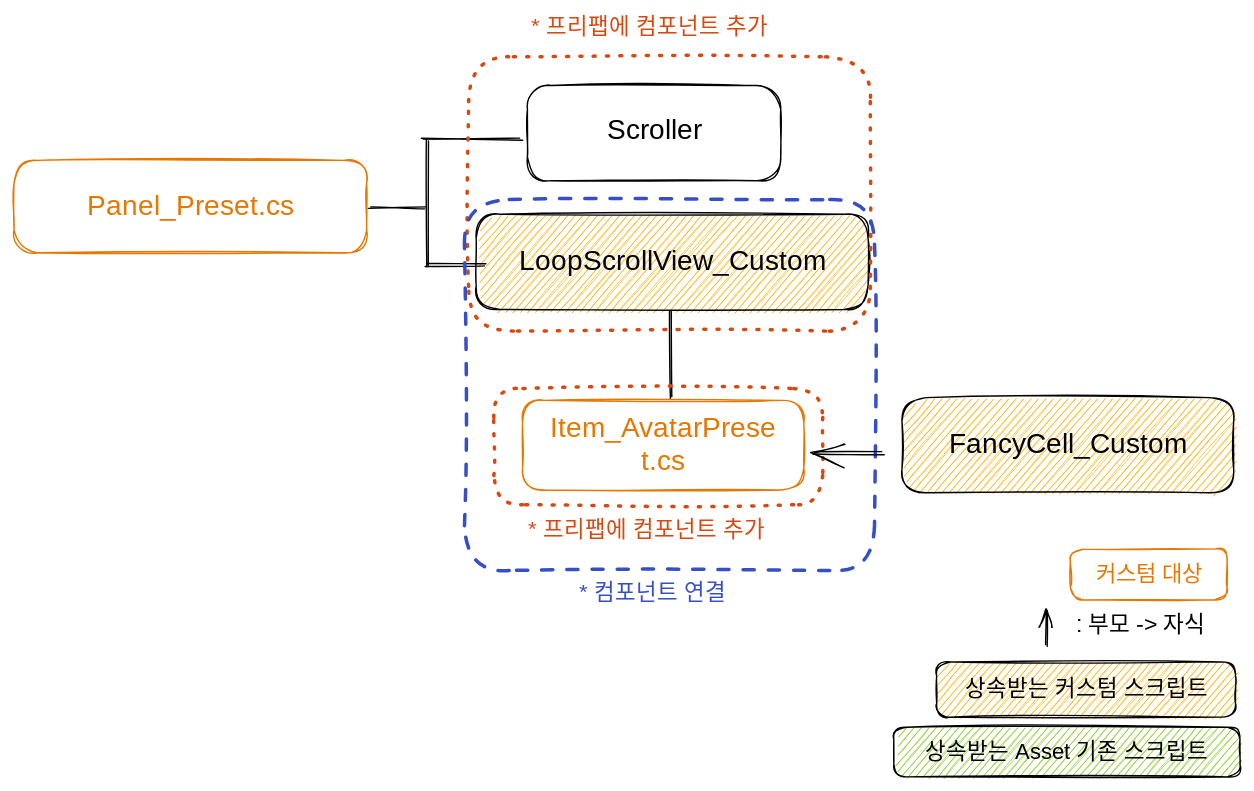
Before: .gitbook/assets/file.excalidraw (7).svg, a diagram exported from Excalidraw (HancomFrontisClientTeam/gitbook). Source tidied: one line per element, renumbered; positions are measured from the earlier drawing's top-left corner, leaving out a move shared by most shapes. The source it was exported from:
```json
{"id": 0, "type": "rectangle", "strokeColor": "#e67700", "strokeWidth": 1, "roughness": 1, "round": true, "x": 755, "y": 382, "width": 112, "height": 36}
{"id": 1, "type": "rectangle", "strokeColor": "#000000", "strokeWidth": 1, "roughness": 1, "round": true, "x": 367, "y": 51, "width": 181, "height": 68}
{"id": 2, "type": "rectangle", "strokeColor": "#e67700", "strokeWidth": 1, "roughness": 1, "round": true, "x": 0, "y": 104, "width": 252, "height": 66}
{"id": 3, "type": "rectangle", "strokeColor": "#000000", "backgroundColor": "#fab005", "fillStyle": "hachure", "strokeWidth": 1, "roughness": 1, "round": true, "x": 330, "y": 143, "width": 280, "height": 68}
{"id": 4, "type": "rectangle", "strokeColor": "#000000", "backgroundColor": "#fab005", "fillStyle": "hachure", "strokeWidth": 1, "roughness": 1, "round": true, "x": 634, "y": 274, "width": 237, "height": 68}
{"id": 5, "type": "rectangle", "strokeColor": "#000000", "backgroundColor": "#82c91e", "fillStyle": "hachure", "strokeWidth": 1, "roughness": 1, "round": true, "x": 629, "y": 510, "width": 247, "height": 35}
{"id": 6, "type": "text", "text": "커스텀 대상", "strokeColor": "#e67700", "strokeWidth": 1, "roughness": 1, "fontSize": 15.81, "fontFamily": 3, "textAlign": "center", "verticalAlign": "middle", "inside": 0, "x": 767, "y": 391, "width": 88, "height": 19}
{"id": 7, "type": "text", "text": "Scroller", "strokeColor": "#000000", "strokeWidth": 1, "roughness": 1, "fontSize": 20, "fontFamily": 3, "textAlign": "center", "verticalAlign": "middle", "inside": 1, "x": 410, "y": 72, "width": 94, "height": 24}
{"id": 8, "type": "text", "text": "Panel_Preset.cs", "strokeColor": "#e67700", "strokeWidth": 1, "roughness": 1, "fontSize": 20, "fontFamily": 3, "textAlign": "center", "verticalAlign": "middle", "inside": 2, "x": 38, "y": 125, "width": 176, "height": 24}
{"id": 9, "type": "text", "text": "LoopScrollView_Custom", "strokeColor": "#000000", "strokeWidth": 1, "roughness": 1, "fontSize": 20, "fontFamily": 3, "textAlign": "center", "verticalAlign": "middle", "inside": 3, "x": 347, "y": 165, "width": 246, "height": 24}
{"id": 10, "type": "text", "text": "FancyCell_Custom", "strokeColor": "#000000", "strokeWidth": 1, "roughness": 1, "fontSize": 20, "fontFamily": 3, "textAlign": "center", "verticalAlign": "middle", "inside": 4, "x": 659, "y": 296, "width": 188, "height": 24}
{"id": 11, "type": "text", "text": "상속받는 Asset 기존 스크립트", "strokeColor": "#000000", "strokeWidth": 1, "roughness": 1, "fontSize": 15.98, "fontFamily": 3, "textAlign": "center", "verticalAlign": "middle", "inside": 5, "x": 635, "y": 518, "width": 235, "height": 19}
{"id": 12, "type": "rectangle", "strokeColor": "#000000", "backgroundColor": "#fab005", "fillStyle": "hachure", "strokeWidth": 1, "roughness": 1, "round": true, "x": 659, "y": 463, "width": 214, "height": 39}
{"id": 13, "type": "text", "text": "상속받는 커스텀 스크립트", "strokeColor": "#000000", "strokeWidth": 1, "roughness": 1, "fontSize": 15.96, "fontFamily": 3, "textAlign": "center", "verticalAlign": "middle", "inside": 12, "x": 669, "y": 473, "width": 194, "height": 19}
{"id": 14, "type": "line", "strokeColor": "#000000", "strokeWidth": 1, "roughness": 1, "round": true, "x": 292, "y": 89, "width": 70, "height": 0, "points": [[0, 0], [70, 0]]}
{"id": 15, "type": "line", "strokeColor": "#000000", "strokeWidth": 1, "roughness": 1, "round": true, "x": 294, "y": 179, "width": 43, "height": 1, "points": [[0, 0], [43, -1]]}
{"id": 16, "type": "line", "strokeColor": "#000000", "strokeWidth": 1, "roughness": 1, "round": true, "x": 254, "y": 139, "width": 40, "height": 1, "points": [[0, 0], [40, -1]]}
{"id": 17, "type": "line", "strokeColor": "#000000", "strokeWidth": 1, "roughness": 1, "round": true, "x": 296, "y": 90, "width": 0, "height": 90, "points": [[0, 0], [0, 90]]}
{"id": 18, "type": "arrow", "strokeColor": "#000000", "backgroundColor": "#82c91e", "fillStyle": "hachure", "strokeWidth": 1, "roughness": 1, "endArrowhead": "arrow", "round": true, "from": 12, "x": 738, "y": 452, "width": 0, "height": 27, "points": [[0, 0], [0, -27]]}
{"id": 19, "type": "text", "text": ": 부모 -> 자식", "strokeColor": "#000000", "strokeWidth": 1, "roughness": 1, "fontSize": 16.11, "fontFamily": 1, "x": 759, "y": 427, "width": 107, "height": 24}
{"id": 20, "type": "line", "strokeColor": "#000000", "strokeWidth": 1, "roughness": 1, "round": true, "x": 469, "y": 211, "width": 1, "height": 62, "points": [[0, 0], [1, 62]]}
{"id": 21, "type": "rectangle", "strokeColor": "#e67700", "strokeWidth": 1, "roughness": 1, "round": true, "x": 363, "y": 276, "width": 201, "height": 64}
{"id": 22, "type": "text", "text": "Item_AvatarPrese\nt.cs", "strokeColor": "#e67700", "strokeWidth": 1, "roughness": 1, "fontSize": 20, "fontFamily": 3, "textAlign": "center", "verticalAlign": "middle", "inside": 21, "x": 370, "y": 284, "width": 188, "height": 48}
{"id": 23, "type": "rectangle", "strokeColor": "#d9480f", "strokeWidth": 2, "strokeStyle": "dotted", "roughness": 1, "round": true, "x": 325, "y": 30, "width": 287, "height": 196}
{"id": 24, "type": "rectangle", "strokeColor": "#d9480f", "strokeWidth": 2, "strokeStyle": "dotted", "roughness": 1, "round": true, "x": 343, "y": 268, "width": 235, "height": 83}
{"id": 25, "type": "rectangle", "strokeColor": "#364fc7", "strokeWidth": 2, "strokeStyle": "dashed", "roughness": 1, "round": true, "x": 322, "y": 132, "width": 293, "height": 265}
{"id": 26, "type": "text", "text": "* 프리팹에 컴포넌트 추가", "strokeColor": "#d9480f", "strokeWidth": 2, "strokeStyle": "dotted", "roughness": 1, "fontSize": 16, "fontFamily": 3, "x": 367, "y": 359, "width": 198, "height": 21}
{"id": 27, "type": "text", "text": "* 프리팹에 컴포넌트 추가", "strokeColor": "#d9480f", "strokeWidth": 2, "strokeStyle": "dotted", "roughness": 1, "fontSize": 16, "fontFamily": 3, "x": 369, "y": 0, "width": 198, "height": 21}
{"id": 28, "type": "text", "text": "* 컴포넌트 연결", "strokeColor": "#364fc7", "strokeWidth": 2, "strokeStyle": "dotted", "roughness": 1, "fontSize": 16, "fontFamily": 3, "x": 403, "y": 404, "width": 124, "height": 21}
{"id": 29, "type": "arrow", "strokeColor": "#000000", "strokeWidth": 1, "roughness": 1, "endArrowhead": "arrow", "round": true, "from": 4, "to": 21, "x": 621, "y": 313, "width": 49, "height": 0, "points": [[0, 0], [-49, 0]]}
```
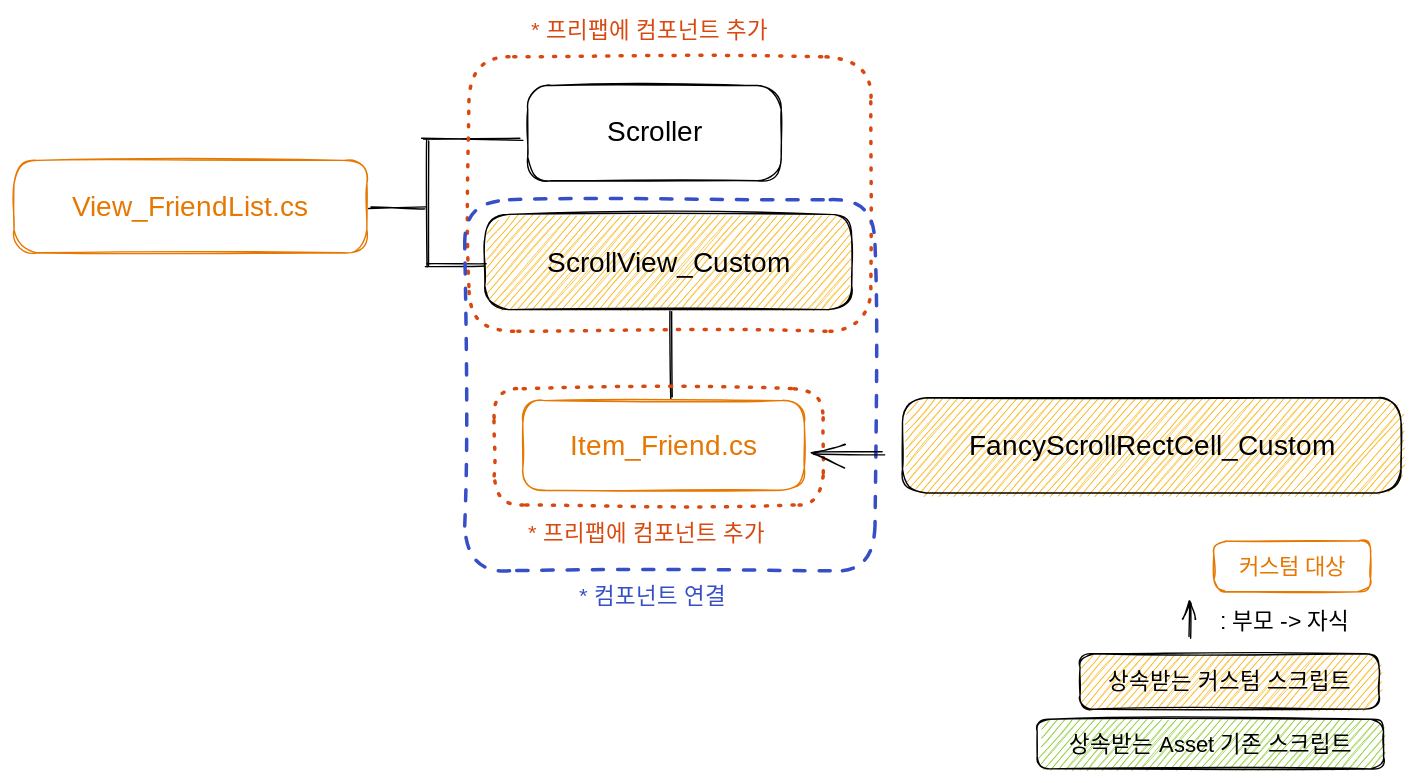
The same diagram one commit later.

Diff of the diagram source:
```diff
@@ -1,30 +1,30 @@
-{"id": 0, "type": "rectangle", "strokeColor": "#e67700", "strokeWidth": 1, "roughness": 1, "round": true, "x": 755, "y": 382, "width": 112, "height": 36}
+{"id": 0, "type": "rectangle", "strokeColor": "#e67700", "strokeWidth": 1, "roughness": 1, "round": true, "x": 857, "y": 376, "width": 112, "height": 36}
 {"id": 1, "type": "rectangle", "strokeColor": "#000000", "strokeWidth": 1, "roughness": 1, "round": true, "x": 367, "y": 51, "width": 181, "height": 68}
 {"id": 2, "type": "rectangle", "strokeColor": "#e67700", "strokeWidth": 1, "roughness": 1, "round": true, "x": 0, "y": 104, "width": 252, "height": 66}
-{"id": 3, "type": "rectangle", "strokeColor": "#000000", "backgroundColor": "#fab005", "fillStyle": "hachure", "strokeWidth": 1, "roughness": 1, "round": true, "x": 330, "y": 143, "width": 280, "height": 68}
+{"id": 3, "type": "rectangle", "strokeColor": "#000000", "backgroundColor": "#fab005", "fillStyle": "hachure", "strokeWidth": 1, "roughness": 1, "round": true, "x": 336, "y": 143, "width": 262, "height": 68}
-{"id": 4, "type": "rectangle", "strokeColor": "#000000", "backgroundColor": "#fab005", "fillStyle": "hachure", "strokeWidth": 1, "roughness": 1, "round": true, "x": 634, "y": 274, "width": 237, "height": 68}
+{"id": 4, "type": "rectangle", "strokeColor": "#000000", "backgroundColor": "#fab005", "fillStyle": "hachure", "strokeWidth": 1, "roughness": 1, "round": true, "x": 634, "y": 274, "width": 356, "height": 68}
-{"id": 5, "type": "rectangle", "strokeColor": "#000000", "backgroundColor": "#82c91e", "fillStyle": "hachure", "strokeWidth": 1, "roughness": 1, "round": true, "x": 629, "y": 510, "width": 247, "height": 35}
+{"id": 5, "type": "rectangle", "strokeColor": "#000000", "backgroundColor": "#82c91e", "fillStyle": "hachure", "strokeWidth": 1, "roughness": 1, "round": true, "x": 731, "y": 504, "width": 247, "height": 35}
-{"id": 6, "type": "text", "text": "커스텀 대상", "strokeColor": "#e67700", "strokeWidth": 1, "roughness": 1, "fontSize": 15.81, "fontFamily": 3, "textAlign": "center", "verticalAlign": "middle", "inside": 0, "x": 767, "y": 391, "width": 88, "height": 19}
+{"id": 6, "type": "text", "text": "커스텀 대상", "strokeColor": "#e67700", "strokeWidth": 1, "roughness": 1, "fontSize": 15.81, "fontFamily": 3, "textAlign": "center", "verticalAlign": "middle", "inside": 0, "x": 868, "y": 385, "width": 90, "height": 19}
-{"id": 7, "type": "text", "text": "Scroller", "strokeColor": "#000000", "strokeWidth": 1, "roughness": 1, "fontSize": 20, "fontFamily": 3, "textAlign": "center", "verticalAlign": "middle", "inside": 1, "x": 410, "y": 72, "width": 94, "height": 24}
+{"id": 7, "type": "text", "text": "Scroller", "strokeColor": "#000000", "strokeWidth": 1, "roughness": 1, "fontSize": 20, "fontFamily": 3, "textAlign": "center", "verticalAlign": "middle", "inside": 1, "x": 409, "y": 72, "width": 96, "height": 24}
-{"id": 8, "type": "text", "text": "Panel_Preset.cs", "strokeColor": "#e67700", "strokeWidth": 1, "roughness": 1, "fontSize": 20, "fontFamily": 3, "textAlign": "center", "verticalAlign": "middle", "inside": 2, "x": 38, "y": 125, "width": 176, "height": 24}
+{"id": 8, "type": "text", "text": "View_FriendList.cs", "strokeColor": "#e67700", "strokeWidth": 1, "roughness": 1, "fontSize": 20, "fontFamily": 3, "textAlign": "center", "verticalAlign": "middle", "inside": 2, "x": 20, "y": 125, "width": 213, "height": 24}
-{"id": 9, "type": "text", "text": "LoopScrollView_Custom", "strokeColor": "#000000", "strokeWidth": 1, "roughness": 1, "fontSize": 20, "fontFamily": 3, "textAlign": "center", "verticalAlign": "middle", "inside": 3, "x": 347, "y": 165, "width": 246, "height": 24}
+{"id": 9, "type": "text", "text": "ScrollView_Custom", "strokeColor": "#000000", "strokeWidth": 1, "roughness": 1, "fontSize": 20, "fontFamily": 3, "textAlign": "center", "verticalAlign": "middle", "inside": 3, "x": 367, "y": 165, "width": 201, "height": 24}
-{"id": 10, "type": "text", "text": "FancyCell_Custom", "strokeColor": "#000000", "strokeWidth": 1, "roughness": 1, "fontSize": 20, "fontFamily": 3, "textAlign": "center", "verticalAlign": "middle", "inside": 4, "x": 659, "y": 296, "width": 188, "height": 24}
+{"id": 10, "type": "text", "text": "FancyScrollRectCell_Custom", "strokeColor": "#000000", "strokeWidth": 1, "roughness": 1, "fontSize": 20, "fontFamily": 3, "textAlign": "center", "verticalAlign": "middle", "inside": 4, "x": 659, "y": 296, "width": 307, "height": 24}
-{"id": 11, "type": "text", "text": "상속받는 Asset 기존 스크립트", "strokeColor": "#000000", "strokeWidth": 1, "roughness": 1, "fontSize": 15.98, "fontFamily": 3, "textAlign": "center", "verticalAlign": "middle", "inside": 5, "x": 635, "y": 518, "width": 235, "height": 19}
+{"id": 11, "type": "text", "text": "상속받는 Asset 기존 스크립트", "strokeColor": "#000000", "strokeWidth": 1, "roughness": 1, "fontSize": 15.98, "fontFamily": 3, "textAlign": "center", "verticalAlign": "middle", "inside": 5, "x": 736, "y": 512, "width": 237, "height": 19}
-{"id": 12, "type": "rectangle", "strokeColor": "#000000", "backgroundColor": "#fab005", "fillStyle": "hachure", "strokeWidth": 1, "roughness": 1, "round": true, "x": 659, "y": 463, "width": 214, "height": 39}
+{"id": 12, "type": "rectangle", "strokeColor": "#000000", "backgroundColor": "#fab005", "fillStyle": "hachure", "strokeWidth": 1, "roughness": 1, "round": true, "x": 761, "y": 457, "width": 214, "height": 39}
-{"id": 13, "type": "text", "text": "상속받는 커스텀 스크립트", "strokeColor": "#000000", "strokeWidth": 1, "roughness": 1, "fontSize": 15.96, "fontFamily": 3, "textAlign": "center", "verticalAlign": "middle", "inside": 12, "x": 669, "y": 473, "width": 194, "height": 19}
+{"id": 13, "type": "text", "text": "상속받는 커스텀 스크립트", "strokeColor": "#000000", "strokeWidth": 1, "roughness": 1, "fontSize": 15.96, "fontFamily": 3, "textAlign": "center", "verticalAlign": "middle", "inside": 12, "x": 770, "y": 467, "width": 196, "height": 19}
 {"id": 14, "type": "line", "strokeColor": "#000000", "strokeWidth": 1, "roughness": 1, "round": true, "x": 292, "y": 89, "width": 70, "height": 0, "points": [[0, 0], [70, 0]]}
 {"id": 15, "type": "line", "strokeColor": "#000000", "strokeWidth": 1, "roughness": 1, "round": true, "x": 294, "y": 179, "width": 43, "height": 1, "points": [[0, 0], [43, -1]]}
 {"id": 16, "type": "line", "strokeColor": "#000000", "strokeWidth": 1, "roughness": 1, "round": true, "x": 254, "y": 139, "width": 40, "height": 1, "points": [[0, 0], [40, -1]]}
 {"id": 17, "type": "line", "strokeColor": "#000000", "strokeWidth": 1, "roughness": 1, "round": true, "x": 296, "y": 90, "width": 0, "height": 90, "points": [[0, 0], [0, 90]]}
-{"id": 18, "type": "arrow", "strokeColor": "#000000", "backgroundColor": "#82c91e", "fillStyle": "hachure", "strokeWidth": 1, "roughness": 1, "endArrowhead": "arrow", "round": true, "from": 12, "x": 738, "y": 452, "width": 0, "height": 27, "points": [[0, 0], [0, -27]]}
+{"id": 18, "type": "arrow", "strokeColor": "#000000", "backgroundColor": "#82c91e", "fillStyle": "hachure", "strokeWidth": 1, "roughness": 1, "endArrowhead": "arrow", "round": true, "from": 12, "x": 840, "y": 446, "width": 0, "height": 27, "points": [[0, 0], [0, -27]]}
-{"id": 19, "type": "text", "text": ": 부모 -> 자식", "strokeColor": "#000000", "strokeWidth": 1, "roughness": 1, "fontSize": 16.11, "fontFamily": 1, "x": 759, "y": 427, "width": 107, "height": 24}
+{"id": 19, "type": "text", "text": ": 부모 -> 자식", "strokeColor": "#000000", "strokeWidth": 1, "roughness": 1, "fontSize": 16.11, "fontFamily": 1, "x": 861, "y": 421, "width": 109, "height": 24}
 {"id": 20, "type": "line", "strokeColor": "#000000", "strokeWidth": 1, "roughness": 1, "round": true, "x": 469, "y": 211, "width": 1, "height": 62, "points": [[0, 0], [1, 62]]}
 {"id": 21, "type": "rectangle", "strokeColor": "#e67700", "strokeWidth": 1, "roughness": 1, "round": true, "x": 363, "y": 276, "width": 201, "height": 64}
-{"id": 22, "type": "text", "text": "Item_AvatarPrese\nt.cs", "strokeColor": "#e67700", "strokeWidth": 1, "roughness": 1, "fontSize": 20, "fontFamily": 3, "textAlign": "center", "verticalAlign": "middle", "inside": 21, "x": 370, "y": 284, "width": 188, "height": 48}
+{"id": 22, "type": "text", "text": "Item_Friend.cs", "strokeColor": "#e67700", "strokeWidth": 1, "roughness": 1, "fontSize": 20, "fontFamily": 3, "textAlign": "center", "verticalAlign": "middle", "inside": 21, "x": 381, "y": 296, "width": 166, "height": 24}
 {"id": 23, "type": "rectangle", "strokeColor": "#d9480f", "strokeWidth": 2, "strokeStyle": "dotted", "roughness": 1, "round": true, "x": 325, "y": 30, "width": 287, "height": 196}
 {"id": 24, "type": "rectangle", "strokeColor": "#d9480f", "strokeWidth": 2, "strokeStyle": "dotted", "roughness": 1, "round": true, "x": 343, "y": 268, "width": 235, "height": 83}
 {"id": 25, "type": "rectangle", "strokeColor": "#364fc7", "strokeWidth": 2, "strokeStyle": "dashed", "roughness": 1, "round": true, "x": 322, "y": 132, "width": 293, "height": 265}
-{"id": 26, "type": "text", "text": "* 프리팹에 컴포넌트 추가", "strokeColor": "#d9480f", "strokeWidth": 2, "strokeStyle": "dotted", "roughness": 1, "fontSize": 16, "fontFamily": 3, "x": 367, "y": 359, "width": 198, "height": 21}
+{"id": 26, "type": "text", "text": "* 프리팹에 컴포넌트 추가", "strokeColor": "#d9480f", "strokeWidth": 2, "strokeStyle": "dotted", "roughness": 1, "fontSize": 16, "fontFamily": 3, "x": 367, "y": 359, "width": 200, "height": 21}
-{"id": 27, "type": "text", "text": "* 프리팹에 컴포넌트 추가", "strokeColor": "#d9480f", "strokeWidth": 2, "strokeStyle": "dotted", "roughness": 1, "fontSize": 16, "fontFamily": 3, "x": 369, "y": 0, "width": 198, "height": 21}
+{"id": 27, "type": "text", "text": "* 프리팹에 컴포넌트 추가", "strokeColor": "#d9480f", "strokeWidth": 2, "strokeStyle": "dotted", "roughness": 1, "fontSize": 16, "fontFamily": 3, "x": 369, "y": 0, "width": 200, "height": 21}
-{"id": 28, "type": "text", "text": "* 컴포넌트 연결", "strokeColor": "#364fc7", "strokeWidth": 2, "strokeStyle": "dotted", "roughness": 1, "fontSize": 16, "fontFamily": 3, "x": 403, "y": 404, "width": 124, "height": 21}
+{"id": 28, "type": "text", "text": "* 컴포넌트 연결", "strokeColor": "#364fc7", "strokeWidth": 2, "strokeStyle": "dotted", "roughness": 1, "fontSize": 16, "fontFamily": 3, "x": 403, "y": 404, "width": 126, "height": 21}
 {"id": 29, "type": "arrow", "strokeColor": "#000000", "strokeWidth": 1, "roughness": 1, "endArrowhead": "arrow", "round": true, "from": 4, "to": 21, "x": 621, "y": 313, "width": 49, "height": 0, "points": [[0, 0], [-49, 0]]}
```
